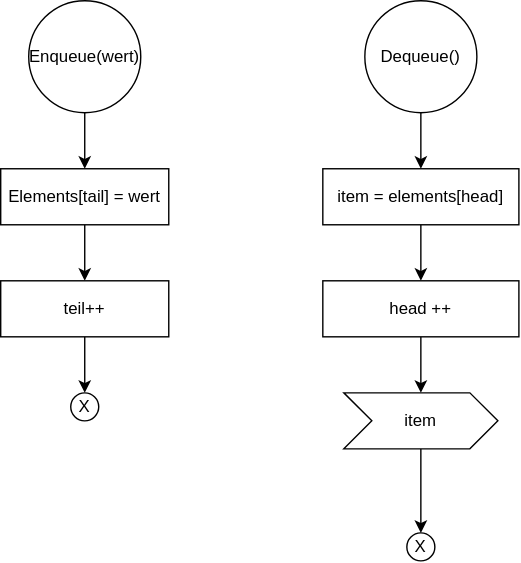
Above: img/Queue_Diagram.drawio.svg in amariwan/Stack-Queue-LinkedList (draw.io), before the change. Source tidied: cells renumbered, new cells last; positions are measured from the earlier drawing's top-left corner, leaving out a move shared by most shapes. Source of this version:
```xml
<mxGraphModel>
  <root>
    <mxCell id="0" />
    <mxCell id="1" parent="0" />
    <mxCell id="2" style="edgeStyle=orthogonalEdgeStyle;rounded=0;jettySize=auto;html=1;fontFamily=Helvetica;fontSize=12;fontColor=#000000;entryX=0.5;entryY=0;entryDx=0;entryDy=0;entryPerimeter=0;" parent="1" edge="1" source="3" target="5">
      <mxGeometry relative="1" as="geometry" />
    </mxCell>
    <mxCell id="3" value="Enqueue(wert)" style="ellipse;whiteSpace=wrap;html=1;fontFamily=Helvetica;fontSize=12;fontColor=#000000;strokeColor=default;fillColor=default;" parent="1" vertex="1">
      <mxGeometry x="20" width="80" height="80" as="geometry" />
    </mxCell>
    <mxCell id="4" style="edgeStyle=orthogonalEdgeStyle;rounded=0;jettySize=auto;html=1;fontFamily=Helvetica;fontSize=12;fontColor=#000000;" parent="1" edge="1" source="5" target="8">
      <mxGeometry relative="1" as="geometry" />
    </mxCell>
    <mxCell id="5" value="Elements[tail] = wert" style="whiteSpace=wrap;html=1;fontFamily=Helvetica;fontSize=12;fontColor=#000000;strokeColor=default;fillColor=default;" parent="1" vertex="1">
      <mxGeometry y="120" width="120" height="40" as="geometry" />
    </mxCell>
    <mxCell id="6" style="edgeStyle=orthogonalEdgeStyle;rounded=0;jettySize=auto;html=1;fontFamily=Helvetica;fontSize=12;fontColor=#000000;" parent="1" edge="1" source="8" target="7">
      <mxGeometry relative="1" as="geometry" />
    </mxCell>
    <mxCell id="7" value="X" style="ellipse;whiteSpace=wrap;html=1;fontFamily=Helvetica;fontSize=12;fontColor=#000000;strokeColor=default;fillColor=default;" parent="1" vertex="1">
      <mxGeometry x="50" y="280" width="20" height="20" as="geometry" />
    </mxCell>
    <mxCell id="8" value="teil++" style="whiteSpace=wrap;html=1;fontFamily=Helvetica;fontSize=12;fontColor=#000000;strokeColor=default;fillColor=default;" parent="1" vertex="1">
      <mxGeometry y="200" width="120" height="40" as="geometry" />
    </mxCell>
    <mxCell id="9" style="edgeStyle=orthogonalEdgeStyle;rounded=0;jettySize=auto;html=1;fontFamily=Helvetica;fontSize=12;fontColor=#000000;" parent="1" edge="1" source="10" target="12">
      <mxGeometry relative="1" as="geometry" />
    </mxCell>
    <mxCell id="10" value="Dequeue()" style="ellipse;whiteSpace=wrap;html=1;fontFamily=Helvetica;fontSize=12;fontColor=#000000;strokeColor=default;fillColor=default;" parent="1" vertex="1">
      <mxGeometry x="260" width="80" height="80" as="geometry" />
    </mxCell>
    <mxCell id="11" style="edgeStyle=orthogonalEdgeStyle;rounded=0;jettySize=auto;html=1;fontFamily=Helvetica;fontSize=12;fontColor=#000000;" parent="1" edge="1" source="12" target="14">
      <mxGeometry relative="1" as="geometry" />
    </mxCell>
    <mxCell id="12" value="item = elements[head]" style="whiteSpace=wrap;html=1;fontFamily=Helvetica;fontSize=12;fontColor=#000000;strokeColor=default;fillColor=default;" parent="1" vertex="1">
      <mxGeometry x="230" y="120" width="140" height="40" as="geometry" />
    </mxCell>
    <mxCell id="13" style="edgeStyle=orthogonalEdgeStyle;rounded=0;jettySize=auto;html=1;entryX=0.5;entryY=0;entryDx=0;entryDy=0;fontFamily=Helvetica;fontSize=12;fontColor=#000000;" parent="1" edge="1" source="14" target="16">
      <mxGeometry relative="1" as="geometry" />
    </mxCell>
    <mxCell id="14" value="head ++" style="whiteSpace=wrap;html=1;fontFamily=Helvetica;fontSize=12;fontColor=#000000;strokeColor=default;fillColor=default;" parent="1" vertex="1">
      <mxGeometry x="230" y="200" width="140" height="40" as="geometry" />
    </mxCell>
    <mxCell id="15" style="edgeStyle=orthogonalEdgeStyle;rounded=0;jettySize=auto;html=1;fontFamily=Helvetica;fontSize=12;fontColor=#000000;" parent="1" edge="1" source="16" target="17">
      <mxGeometry relative="1" as="geometry" />
    </mxCell>
    <mxCell id="16" value="item" style="shape=step;perimeter=stepPerimeter;whiteSpace=wrap;html=1;fixedSize=1;fontFamily=Helvetica;fontSize=12;fontColor=#000000;strokeColor=default;fillColor=default;" parent="1" vertex="1">
      <mxGeometry x="245" y="280" width="110" height="40" as="geometry" />
    </mxCell>
    <mxCell id="17" value="X" style="ellipse;whiteSpace=wrap;html=1;fontFamily=Helvetica;fontSize=12;fontColor=#000000;strokeColor=default;fillColor=default;" parent="1" vertex="1">
      <mxGeometry x="290" y="380" width="20" height="20" as="geometry" />
    </mxCell>
  </root>
</mxGraphModel>
```
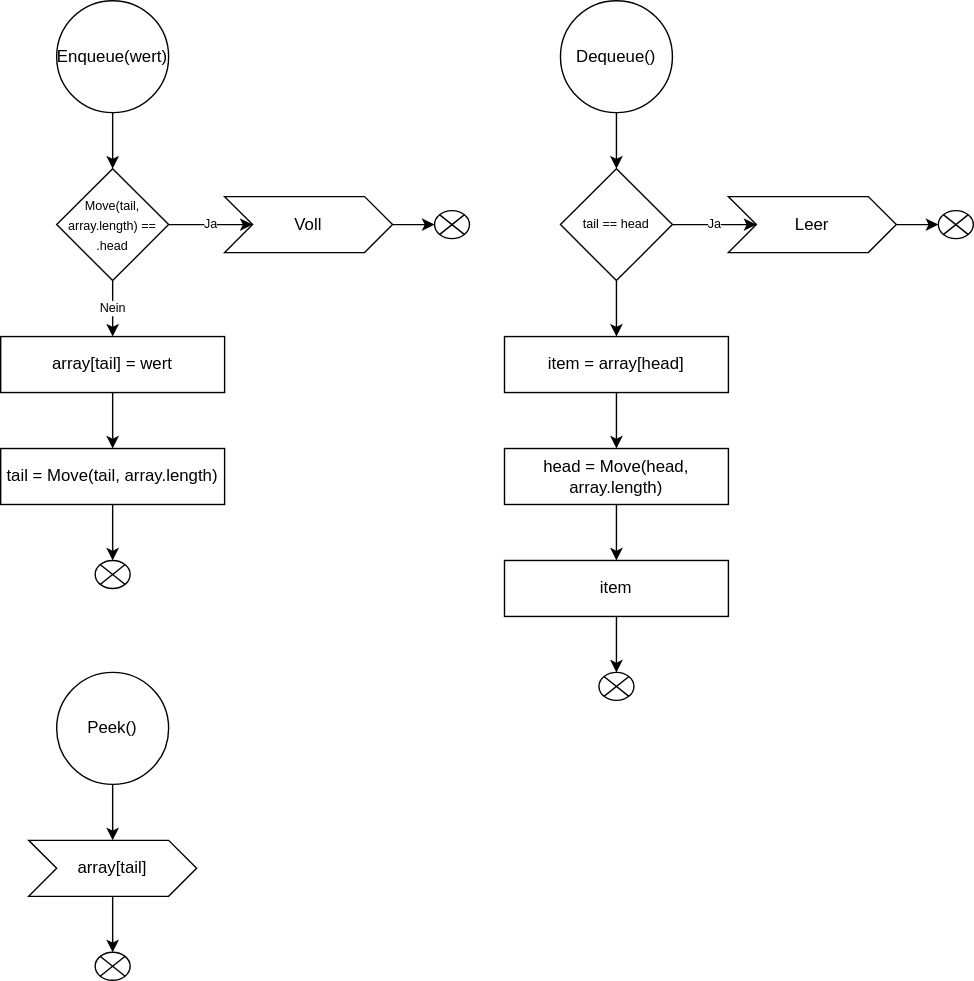
The same diagram one commit later.

Change to the diagram source:
```diff
@@ -2,53 +2,108 @@
   <root>
     <mxCell id="0" />
     <mxCell id="1" parent="0" />
-    <mxCell id="2" style="edgeStyle=orthogonalEdgeStyle;rounded=0;jettySize=auto;html=1;fontFamily=Helvetica;fontSize=12;fontColor=#000000;entryX=0.5;entryY=0;entryDx=0;entryDy=0;entryPerimeter=0;" parent="1" edge="1" source="3" target="5">
-      <mxGeometry relative="1" as="geometry" />
+    <mxCell id="2" style="edgeStyle=orthogonalEdgeStyle;rounded=0;jettySize=auto;html=1;fontFamily=Helvetica;fontSize=12;fontColor=#000000;entryX=0.5;entryY=0;entryDx=0;entryDy=0;entryPerimeter=0;" parent="1" edge="1" source="3">
+      <mxGeometry relative="1" as="geometry">
+        <mxPoint x="60" y="120" as="targetPoint" />
+      </mxGeometry>
     </mxCell>
     <mxCell id="3" value="Enqueue(wert)" style="ellipse;whiteSpace=wrap;html=1;fontFamily=Helvetica;fontSize=12;fontColor=#000000;strokeColor=default;fillColor=default;" parent="1" vertex="1">
       <mxGeometry x="20" width="80" height="80" as="geometry" />
     </mxCell>
-    <mxCell id="4" style="edgeStyle=orthogonalEdgeStyle;rounded=0;jettySize=auto;html=1;fontFamily=Helvetica;fontSize=12;fontColor=#000000;" parent="1" edge="1" source="5" target="8">
-      <mxGeometry relative="1" as="geometry" />
-    </mxCell>
-    <mxCell id="5" value="Elements[tail] = wert" style="whiteSpace=wrap;html=1;fontFamily=Helvetica;fontSize=12;fontColor=#000000;strokeColor=default;fillColor=default;" parent="1" vertex="1">
-      <mxGeometry y="120" width="120" height="40" as="geometry" />
-    </mxCell>
-    <mxCell id="6" style="edgeStyle=orthogonalEdgeStyle;rounded=0;jettySize=auto;html=1;fontFamily=Helvetica;fontSize=12;fontColor=#000000;" parent="1" edge="1" source="8" target="7">
-      <mxGeometry relative="1" as="geometry" />
-    </mxCell>
-    <mxCell id="7" value="X" style="ellipse;whiteSpace=wrap;html=1;fontFamily=Helvetica;fontSize=12;fontColor=#000000;strokeColor=default;fillColor=default;" parent="1" vertex="1">
-      <mxGeometry x="50" y="280" width="20" height="20" as="geometry" />
-    </mxCell>
-    <mxCell id="8" value="teil++" style="whiteSpace=wrap;html=1;fontFamily=Helvetica;fontSize=12;fontColor=#000000;strokeColor=default;fillColor=default;" parent="1" vertex="1">
-      <mxGeometry y="200" width="120" height="40" as="geometry" />
-    </mxCell>
-    <mxCell id="9" style="edgeStyle=orthogonalEdgeStyle;rounded=0;jettySize=auto;html=1;fontFamily=Helvetica;fontSize=12;fontColor=#000000;" parent="1" edge="1" source="10" target="12">
+    <mxCell id="9" style="edgeStyle=orthogonalEdgeStyle;rounded=0;jettySize=auto;html=1;fontFamily=Helvetica;fontSize=12;fontColor=#000000;entryX=0.5;entryY=0;entryDx=0;entryDy=0;" parent="1" edge="1" source="10" target="30">
       <mxGeometry relative="1" as="geometry" />
     </mxCell>
     <mxCell id="10" value="Dequeue()" style="ellipse;whiteSpace=wrap;html=1;fontFamily=Helvetica;fontSize=12;fontColor=#000000;strokeColor=default;fillColor=default;" parent="1" vertex="1">
-      <mxGeometry x="260" width="80" height="80" as="geometry" />
+      <mxGeometry x="380" width="80" height="80" as="geometry" />
     </mxCell>
-    <mxCell id="11" style="edgeStyle=orthogonalEdgeStyle;rounded=0;jettySize=auto;html=1;fontFamily=Helvetica;fontSize=12;fontColor=#000000;" parent="1" edge="1" source="12" target="14">
-      <mxGeometry relative="1" as="geometry" />
-    </mxCell>
-    <mxCell id="12" value="item = elements[head]" style="whiteSpace=wrap;html=1;fontFamily=Helvetica;fontSize=12;fontColor=#000000;strokeColor=default;fillColor=default;" parent="1" vertex="1">
-      <mxGeometry x="230" y="120" width="140" height="40" as="geometry" />
-    </mxCell>
-    <mxCell id="13" style="edgeStyle=orthogonalEdgeStyle;rounded=0;jettySize=auto;html=1;entryX=0.5;entryY=0;entryDx=0;entryDy=0;fontFamily=Helvetica;fontSize=12;fontColor=#000000;" parent="1" edge="1" source="14" target="16">
-      <mxGeometry relative="1" as="geometry" />
-    </mxCell>
-    <mxCell id="14" value="head ++" style="whiteSpace=wrap;html=1;fontFamily=Helvetica;fontSize=12;fontColor=#000000;strokeColor=default;fillColor=default;" parent="1" vertex="1">
-      <mxGeometry x="230" y="200" width="140" height="40" as="geometry" />
-    </mxCell>
-    <mxCell id="15" style="edgeStyle=orthogonalEdgeStyle;rounded=0;jettySize=auto;html=1;fontFamily=Helvetica;fontSize=12;fontColor=#000000;" parent="1" edge="1" source="16" target="17">
-      <mxGeometry relative="1" as="geometry" />
-    </mxCell>
+    <mxCell id="18" value="Ja" style="edgeStyle=orthogonalEdgeStyle;rounded=0;jettySize=auto;html=1;fontSize=9;entryX=0;entryY=0.5;entryDx=0;entryDy=0;" parent="1" edge="1" source="20" target="22">
+      <mxGeometry relative="1" as="geometry" />
+    </mxCell>
+    <mxCell id="19" value="Nein" style="edgeStyle=orthogonalEdgeStyle;rounded=0;jettySize=auto;html=1;fontSize=9;" parent="1" edge="1" source="20" target="25">
+      <mxGeometry relative="1" as="geometry" />
+    </mxCell>
+    <mxCell id="20" value="&lt;span style=&quot;font-weight: normal;&quot;&gt;&lt;font style=&quot;font-size: 9px;&quot;&gt;Move(tail, array.length) == .head&lt;/font&gt;&lt;/span&gt;" style="rhombus;whiteSpace=wrap;html=1;fontStyle=1;" parent="1" vertex="1">
+      <mxGeometry x="20" y="120" width="80" height="80" as="geometry" />
+    </mxCell>
+    <mxCell id="21" style="edgeStyle=orthogonalEdgeStyle;rounded=0;jettySize=auto;html=1;fontSize=9;" parent="1" edge="1" source="22" target="23">
+      <mxGeometry relative="1" as="geometry" />
+    </mxCell>
+    <mxCell id="22" value="Voll" style="shape=step;perimeter=stepPerimeter;whiteSpace=wrap;html=1;fixedSize=1;fontFamily=Helvetica;fontSize=12;fontColor=#000000;strokeColor=default;fillColor=default;" parent="1" vertex="1">
+      <mxGeometry x="140" y="140" width="120" height="40" as="geometry" />
+    </mxCell>
+    <mxCell id="23" style="verticalLabelPosition=bottom;verticalAlign=top;html=1;shape=mxgraph.flowchart.or;" parent="1" vertex="1">
+      <mxGeometry x="290" y="150" width="25" height="20" as="geometry" />
+    </mxCell>
+    <mxCell id="24" style="edgeStyle=orthogonalEdgeStyle;rounded=0;jettySize=auto;html=1;fontSize=9;" parent="1" edge="1" source="25" target="27">
+      <mxGeometry relative="1" as="geometry" />
+    </mxCell>
+    <mxCell id="25" value="&lt;span style=&quot;font-weight: normal;&quot;&gt;array[tail] = wert&lt;/span&gt;" style="whiteSpace=wrap;html=1;fontStyle=1;" parent="1" vertex="1">
+      <mxGeometry x="-20" y="240" width="160" height="40" as="geometry" />
+    </mxCell>
+    <mxCell id="26" style="edgeStyle=orthogonalEdgeStyle;rounded=0;jettySize=auto;html=1;fontSize=9;" parent="1" edge="1" source="27" target="28">
+      <mxGeometry relative="1" as="geometry" />
+    </mxCell>
+    <mxCell id="27" value="&lt;span style=&quot;font-weight: normal;&quot;&gt;tail =&amp;nbsp;&lt;/span&gt;&lt;span style=&quot;font-weight: 400;&quot;&gt;Move(tail, array.length)&lt;/span&gt;" style="whiteSpace=wrap;html=1;fontStyle=1;" parent="1" vertex="1">
+      <mxGeometry x="-20" y="320" width="160" height="40" as="geometry" />
+    </mxCell>
+    <mxCell id="28" style="verticalLabelPosition=bottom;verticalAlign=top;html=1;shape=mxgraph.flowchart.or;" parent="1" vertex="1">
+      <mxGeometry x="47.5" y="400" width="25" height="20" as="geometry" />
+    </mxCell>
+    <mxCell id="29" style="edgeStyle=orthogonalEdgeStyle;rounded=0;jettySize=auto;html=1;fontSize=9;" parent="1" edge="1" source="30" target="36">
+      <mxGeometry relative="1" as="geometry" />
+    </mxCell>
+    <mxCell id="30" value="tail == head" style="rhombus;whiteSpace=wrap;html=1;fontSize=9;" parent="1" vertex="1">
+      <mxGeometry x="380" y="120" width="80" height="80" as="geometry" />
+    </mxCell>
+    <mxCell id="31" value="Ja" style="edgeStyle=orthogonalEdgeStyle;rounded=0;jettySize=auto;html=1;fontSize=9;entryX=0;entryY=0.5;entryDx=0;entryDy=0;" parent="1" edge="1" target="33">
+      <mxGeometry relative="1" as="geometry">
+        <mxPoint x="460" y="160" as="sourcePoint" />
+      </mxGeometry>
+    </mxCell>
+    <mxCell id="32" style="edgeStyle=orthogonalEdgeStyle;rounded=0;jettySize=auto;html=1;fontSize=9;" parent="1" edge="1" source="33" target="34">
+      <mxGeometry relative="1" as="geometry" />
+    </mxCell>
+    <mxCell id="33" value="Leer" style="shape=step;perimeter=stepPerimeter;whiteSpace=wrap;html=1;fixedSize=1;fontFamily=Helvetica;fontSize=12;fontColor=#000000;strokeColor=default;fillColor=default;" parent="1" vertex="1">
+      <mxGeometry x="500" y="140" width="120" height="40" as="geometry" />
+    </mxCell>
+    <mxCell id="34" style="verticalLabelPosition=bottom;verticalAlign=top;html=1;shape=mxgraph.flowchart.or;" parent="1" vertex="1">
+      <mxGeometry x="650" y="150" width="25" height="20" as="geometry" />
+    </mxCell>
+    <mxCell id="35" style="edgeStyle=orthogonalEdgeStyle;rounded=0;jettySize=auto;html=1;fontSize=9;" parent="1" edge="1" source="36" target="38">
+      <mxGeometry relative="1" as="geometry" />
+    </mxCell>
+    <mxCell id="36" value="&lt;span style=&quot;font-weight: normal;&quot;&gt;item = array[head]&lt;/span&gt;" style="whiteSpace=wrap;html=1;fontStyle=1;" parent="1" vertex="1">
+      <mxGeometry x="340" y="240" width="160" height="40" as="geometry" />
+    </mxCell>
+    <mxCell id="37" style="edgeStyle=orthogonalEdgeStyle;rounded=0;jettySize=auto;html=1;fontSize=9;" parent="1" edge="1" source="38" target="16">
+      <mxGeometry relative="1" as="geometry" />
+    </mxCell>
+    <mxCell id="38" value="&lt;span style=&quot;font-weight: normal;&quot;&gt;head =&amp;nbsp;&lt;/span&gt;&lt;span style=&quot;font-weight: 400;&quot;&gt;Move(head, array.length)&lt;/span&gt;" style="whiteSpace=wrap;html=1;fontStyle=1;" parent="1" vertex="1">
+      <mxGeometry x="340" y="320" width="160" height="40" as="geometry" />
+    </mxCell>
+    <mxCell id="39" style="edgeStyle=orthogonalEdgeStyle;rounded=0;jettySize=auto;html=1;fontSize=9;" parent="1" edge="1" source="16" target="40">
+      <mxGeometry relative="1" as="geometry" />
+    </mxCell>
-    <mxCell id="16" value="item" style="shape=step;perimeter=stepPerimeter;whiteSpace=wrap;html=1;fixedSize=1;fontFamily=Helvetica;fontSize=12;fontColor=#000000;strokeColor=default;fillColor=default;" parent="1" vertex="1">
-      <mxGeometry x="245" y="280" width="110" height="40" as="geometry" />
+    <mxCell id="16" value="&lt;span style=&quot;font-weight: 400;&quot;&gt;item&lt;/span&gt;" style="whiteSpace=wrap;html=1;fontStyle=1;" parent="1" vertex="1">
+      <mxGeometry x="340" y="400" width="160" height="40" as="geometry" />
     </mxCell>
-    <mxCell id="17" value="X" style="ellipse;whiteSpace=wrap;html=1;fontFamily=Helvetica;fontSize=12;fontColor=#000000;strokeColor=default;fillColor=default;" parent="1" vertex="1">
-      <mxGeometry x="290" y="380" width="20" height="20" as="geometry" />
-    </mxCell>
+    <mxCell id="40" style="verticalLabelPosition=bottom;verticalAlign=top;html=1;shape=mxgraph.flowchart.or;" parent="1" vertex="1">
+      <mxGeometry x="407.5" y="480" width="25" height="20" as="geometry" />
+    </mxCell>
+    <mxCell id="41" style="edgeStyle=orthogonalEdgeStyle;rounded=0;jettySize=auto;html=1;fontSize=9;" parent="1" edge="1" source="42" target="44">
+      <mxGeometry relative="1" as="geometry" />
+    </mxCell>
+    <mxCell id="42" value="Peek()" style="ellipse;whiteSpace=wrap;html=1;fontFamily=Helvetica;fontSize=12;fontColor=#000000;strokeColor=default;fillColor=default;" parent="1" vertex="1">
+      <mxGeometry x="20" y="480" width="80" height="80" as="geometry" />
+    </mxCell>
+    <mxCell id="43" style="edgeStyle=orthogonalEdgeStyle;rounded=0;jettySize=auto;html=1;fontSize=9;" parent="1" edge="1" source="44" target="45">
+      <mxGeometry relative="1" as="geometry" />
+    </mxCell>
+    <mxCell id="44" value="array[tail]" style="shape=step;perimeter=stepPerimeter;whiteSpace=wrap;html=1;fixedSize=1;fontFamily=Helvetica;fontSize=12;fontColor=#000000;strokeColor=default;fillColor=default;" parent="1" vertex="1">
+      <mxGeometry y="600" width="120" height="40" as="geometry" />
+    </mxCell>
+    <mxCell id="45" style="verticalLabelPosition=bottom;verticalAlign=top;html=1;shape=mxgraph.flowchart.or;" parent="1" vertex="1">
+      <mxGeometry x="47.5" y="680" width="25" height="20" as="geometry" />
+    </mxCell>
   </root>
 </mxGraphModel>
```
